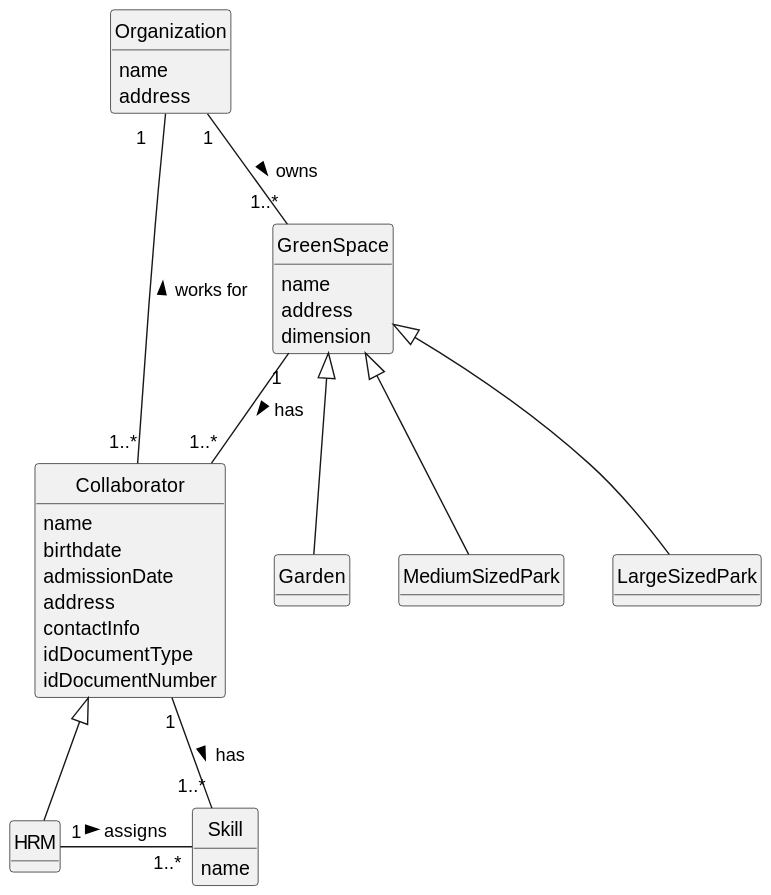
Above: docs/sprintB/us004/02.analysis/svg/us004-domain-model.svg in diogoveirospro/lei-24-s2-1dg-g072 (PlantUML), before the change. Its diagram source:
```plantuml
@startuml
skinparam monochrome true
skinparam packageStyle rectangle
skinparam shadowing false


skinparam classAttributeIconSize 0

hide circle
hide methods

class Collaborator {
   name
   birthdate
   admissionDate
   address
   contactInfo
   idDocumentType
   idDocumentNumber
}

class Skill {
    name
}

class HRM {

}
class GreenSpace {
    name
    address
    dimension
}

class Garden {

}

class MediumSizedPark {

}

class LargeSizedPark {

}

class Organization{
    name
    address
}

GreenSpace <|-- Garden
GreenSpace <|-- MediumSizedPark
GreenSpace <|-- LargeSizedPark
Collaborator <|-- HRM
HRM "1" - "1..*" Skill : assigns >
Collaborator "1" -- "1..*" Skill : has >
GreenSpace "1" -- "1..*" Collaborator: has >
Organization "1" -- "1..*" GreenSpace: owns >
Organization "1   " -- "1..*" Collaborator: works for <
@enduml
```
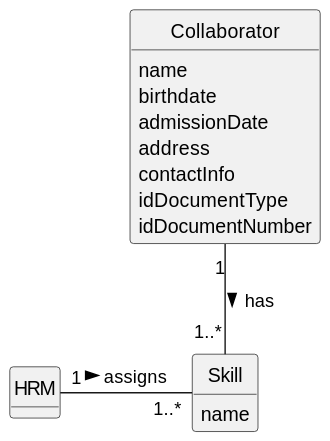
The same file after the commit.

What changed in the source:
```diff
@@ -26,36 +26,9 @@
 class HRM {
 
 }
-class GreenSpace {
-    name
-    address
-    dimension
-}
 
-class Garden {
 
-}
 
-class MediumSizedPark {
-
-}
-
-class LargeSizedPark {
-
-}
-
-class Organization{
-    name
-    address
-}
-
-GreenSpace <|-- Garden
-GreenSpace <|-- MediumSizedPark
-GreenSpace <|-- LargeSizedPark
-Collaborator <|-- HRM
 HRM "1" - "1..*" Skill : assigns >
 Collaborator "1" -- "1..*" Skill : has >
-GreenSpace "1" -- "1..*" Collaborator: has >
-Organization "1" -- "1..*" GreenSpace: owns >
-Organization "1   " -- "1..*" Collaborator: works for <
 @enduml
```
